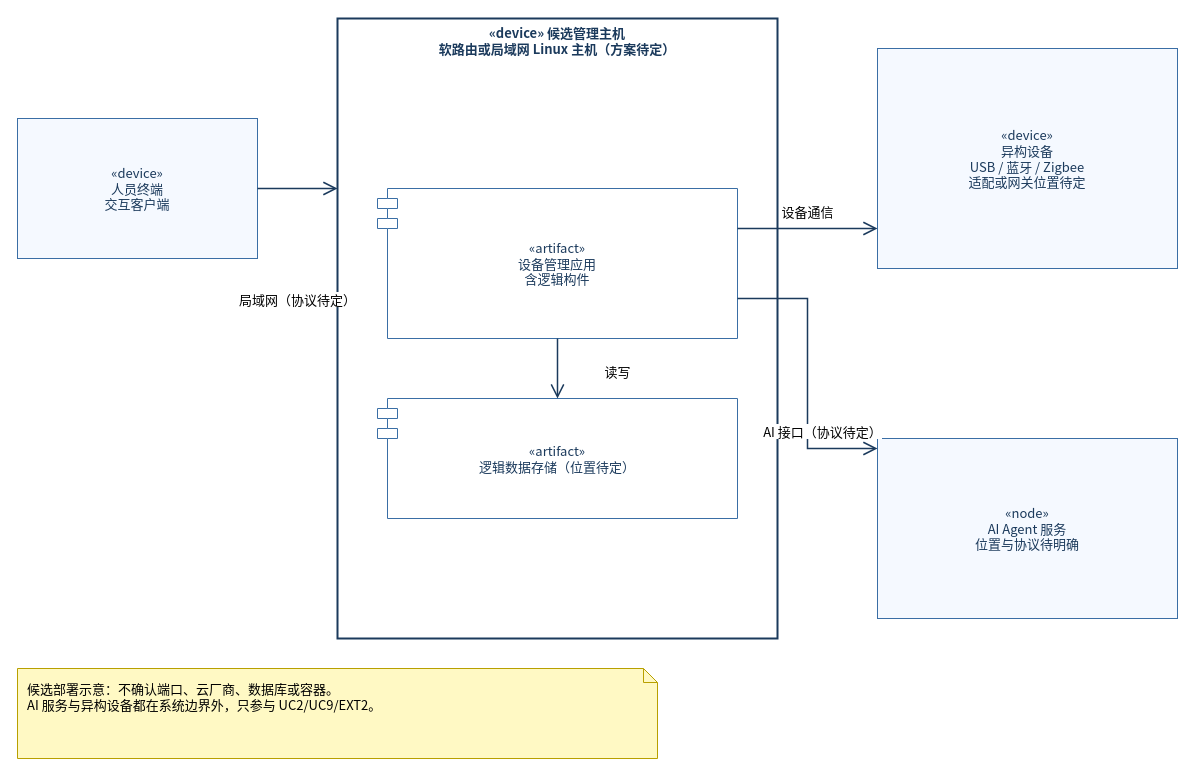
Before: docs/models/deploy.drawio in Uncookedboots456/labDevices, a draw.io diagram. Source tidied: cells renumbered, new cells numbered last; positions are measured from the earlier drawing's top-left corner, leaving out a move shared by most shapes. Both pictures are drawn from the tidied source at 100%, with x=0, y=0 at pixel (17, 18).
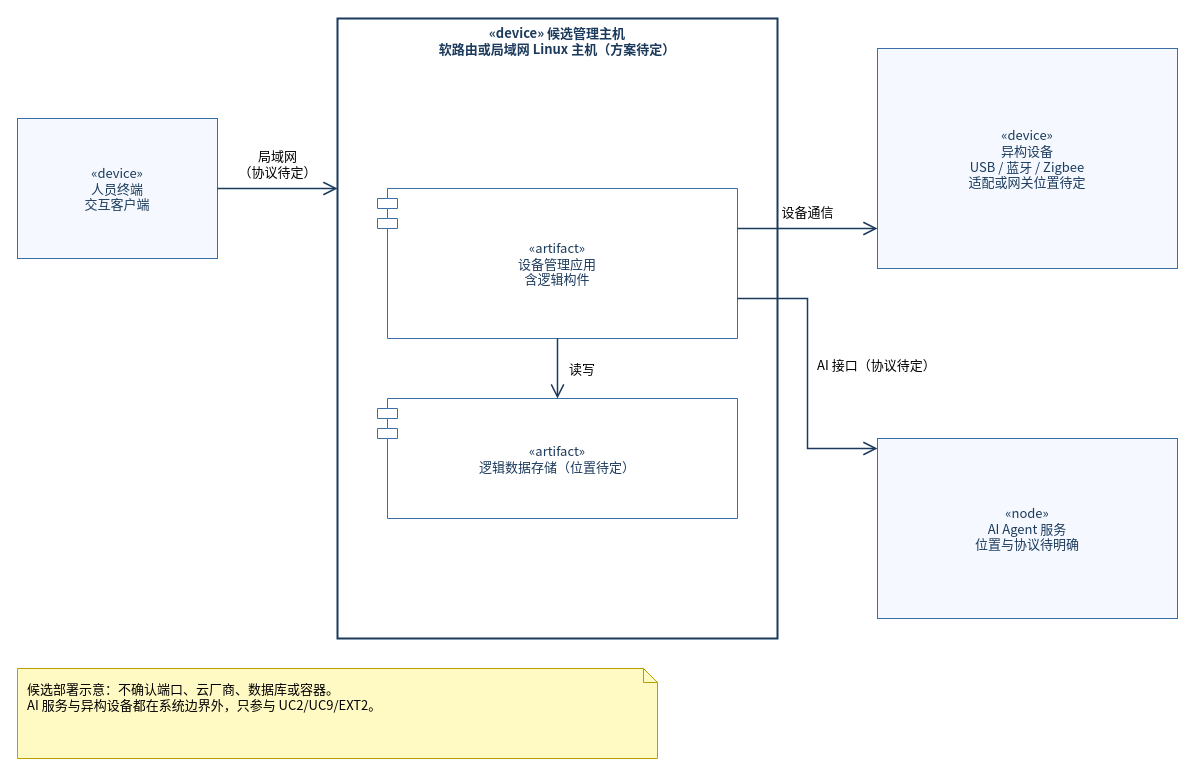
Above is the later version.

Change to the diagram source:
```diff
@@
 <mxGraphModel>
   <root>
     <mxCell id="0" />
     <mxCell id="1" parent="0" />
     <mxCell id="2" value="«device»&#10;人员终端&#10;交互客户端" style="rounded=0;whiteSpace=wrap;html=1;fillColor=#F5F9FF;strokeColor=#3A6EA5;fontColor=#1B3A5C;fontFamily=Noto Sans CJK SC;fontSize=13;" parent="1" vertex="1">
-      <mxGeometry y="100" width="240" height="140" as="geometry" />
+      <mxGeometry y="100" width="200" height="140" as="geometry" />
     </mxCell>
     <mxCell id="3" value="«device» 候选管理主机&#10;软路由或局域网 Linux 主机（方案待定）" style="rounded=0;whiteSpace=wrap;html=1;verticalAlign=top;fillColor=#FFFFFF;strokeColor=#1B3A5C;strokeWidth=2;fontColor=#1B3A5C;fontStyle=1;fontFamily=Noto Sans CJK SC;fontSize=13;" parent="1" vertex="1">
       <mxGeometry x="320" width="440" height="620" as="geometry" />
     </mxCell>
     <mxCell id="4" value="«artifact»&#10;设备管理应用&#10;含逻辑构件" style="shape=module;whiteSpace=wrap;html=1;fillColor=#FFFFFF;strokeColor=#3A6EA5;fontColor=#1B3A5C;fontFamily=Noto Sans CJK SC;fontSize=13;" parent="1" vertex="1">
       <mxGeometry x="360" y="170" width="360" height="150" as="geometry" />
     </mxCell>
     <mxCell id="5" value="«artifact»&#10;逻辑数据存储（位置待定）" style="shape=module;whiteSpace=wrap;html=1;fillColor=#FFFFFF;strokeColor=#3A6EA5;fontColor=#1B3A5C;fontFamily=Noto Sans CJK SC;fontSize=13;" parent="1" vertex="1">
       <mxGeometry x="360" y="380" width="360" height="120" as="geometry" />
     </mxCell>
     <mxCell id="6" value="«device»&#10;异构设备&#10;USB / 蓝牙 / Zigbee&#10;适配或网关位置待定" style="rounded=0;whiteSpace=wrap;html=1;fillColor=#F5F9FF;strokeColor=#3A6EA5;fontColor=#1B3A5C;fontFamily=Noto Sans CJK SC;fontSize=13;" parent="1" vertex="1">
       <mxGeometry x="860" y="30" width="300" height="220" as="geometry" />
     </mxCell>
     <mxCell id="7" value="«node»&#10;AI Agent 服务&#10;位置与协议待明确" style="rounded=0;whiteSpace=wrap;html=1;fillColor=#F5F9FF;strokeColor=#3A6EA5;fontColor=#1B3A5C;fontFamily=Noto Sans CJK SC;fontSize=13;" parent="1" vertex="1">
       <mxGeometry x="860" y="420" width="300" height="180" as="geometry" />
     </mxCell>
     <mxCell id="8" style="endArrow=open;endSize=11;html=1;rounded=0;strokeColor=#1B3A5C;strokeWidth=1.5;fontFamily=Noto Sans CJK SC;fontSize=13;exitX=1;exitY=0.5;exitDx=0;exitDy=0;exitPerimeter=0;entryX=0;entryY=0.2742;entryDx=0;entryDy=0;entryPerimeter=0;" parent="1" edge="1" source="2" target="3">
       <mxGeometry relative="1" as="geometry" />
     </mxCell>
-    <mxCell id="9" value="局域网（协议待定）" style="text;html=1;align=center;verticalAlign=middle;labelBackgroundColor=#FFFFFF;fontFamily=Noto Sans CJK SC;fontSize=13;" parent="1" vertex="1">
-      <mxGeometry x="180" y="270" width="200" height="22" as="geometry" />
+    <mxCell id="9" value="局域网&#10;（协议待定）" style="text;html=1;align=center;verticalAlign=middle;labelBackgroundColor=#FFFFFF;fontFamily=Noto Sans CJK SC;fontSize=13;" parent="1" vertex="1">
+      <mxGeometry x="205" y="124" width="110" height="42" as="geometry" />
     </mxCell>
     <mxCell id="10" style="endArrow=open;endSize=11;html=1;rounded=0;strokeColor=#1B3A5C;strokeWidth=1.5;fontFamily=Noto Sans CJK SC;fontSize=13;exitX=1;exitY=0.2667;exitDx=0;exitDy=0;exitPerimeter=0;entryX=0;entryY=0.8182;entryDx=0;entryDy=0;entryPerimeter=0;" parent="1" edge="1" source="4" target="6">
       <mxGeometry relative="1" as="geometry" />
     </mxCell>
     <mxCell id="11" value="设备通信" style="text;html=1;align=center;verticalAlign=middle;labelBackgroundColor=#FFFFFF;fontFamily=Noto Sans CJK SC;fontSize=13;" parent="1" vertex="1">
       <mxGeometry x="710" y="182" width="160" height="22" as="geometry" />
     </mxCell>
     <mxCell id="12" style="endArrow=open;endSize=11;html=1;rounded=0;strokeColor=#1B3A5C;strokeWidth=1.5;fontFamily=Noto Sans CJK SC;fontSize=13;exitX=1;exitY=0.7333;exitDx=0;exitDy=0;exitPerimeter=0;entryX=0;entryY=0.05556;entryDx=0;entryDy=0;entryPerimeter=0;" parent="1" edge="1" source="4" target="7">
       <mxGeometry relative="1" as="geometry">
         <Array as="points">
           <mxPoint x="790" y="280" />
           <mxPoint x="790" y="430" />
         </Array>
       </mxGeometry>
     </mxCell>
-    <mxCell id="13" value="AI 接口（协议待定）" style="text;html=1;align=center;verticalAlign=middle;labelBackgroundColor=#FFFFFF;fontFamily=Noto Sans CJK SC;fontSize=13;" parent="1" vertex="1">
-      <mxGeometry x="720" y="402" width="170" height="22" as="geometry" />
+    <mxCell id="13" value="AI 接口（协议待定）" style="text;html=1;align=left;verticalAlign=middle;labelBackgroundColor=#FFFFFF;fontFamily=Noto Sans CJK SC;fontSize=13;" parent="1" vertex="1">
+      <mxGeometry x="798" y="335" width="170" height="22" as="geometry" />
     </mxCell>
     <mxCell id="14" style="endArrow=open;endSize=11;html=1;rounded=0;strokeColor=#1B3A5C;strokeWidth=1.5;fontFamily=Noto Sans CJK SC;fontSize=13;exitX=0.5;exitY=1;exitDx=0;exitDy=0;exitPerimeter=0;entryX=0.5;entryY=0;entryDx=0;entryDy=0;entryPerimeter=0;" parent="1" edge="1" source="4" target="5">
       <mxGeometry relative="1" as="geometry" />
     </mxCell>
-    <mxCell id="15" value="读写" style="text;html=1;align=center;verticalAlign=middle;labelBackgroundColor=#FFFFFF;fontFamily=Noto Sans CJK SC;fontSize=13;" parent="1" vertex="1">
-      <mxGeometry x="560" y="342" width="80" height="22" as="geometry" />
+    <mxCell id="15" value="读写" style="text;html=1;align=left;verticalAlign=middle;labelBackgroundColor=#FFFFFF;fontFamily=Noto Sans CJK SC;fontSize=13;" parent="1" vertex="1">
+      <mxGeometry x="550" y="339" width="60" height="22" as="geometry" />
     </mxCell>
     <mxCell id="16" value="候选部署示意：不确认端口、云厂商、数据库或容器。&#10;AI 服务与异构设备都在系统边界外，只参与 UC2/UC9/EXT2。" style="shape=note;whiteSpace=wrap;html=1;size=14;align=left;verticalAlign=top;spacingLeft=8;spacingTop=6;fillColor=#FFF9C4;strokeColor=#B8A000;fontFamily=Noto Sans CJK SC;fontSize=13;" parent="1" vertex="1">
       <mxGeometry y="650" width="640" height="90" as="geometry" />
     </mxCell>
   </root>
 </mxGraphModel>
```
